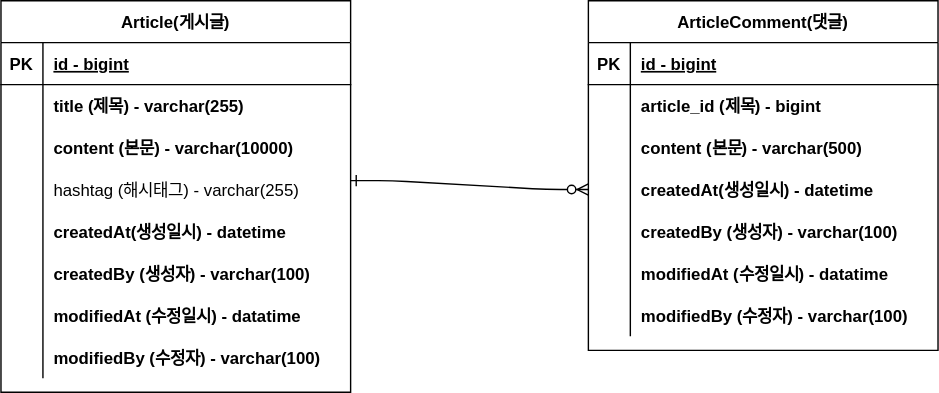
Above: fastcampus-project-board/document/project-board-erd.svg in nataliekmkim/fastcampus-project-board (draw.io), before the change. Source tidied: cells renumbered, new cells last; positions are measured from the earlier drawing's top-left corner, leaving out a move shared by most shapes.
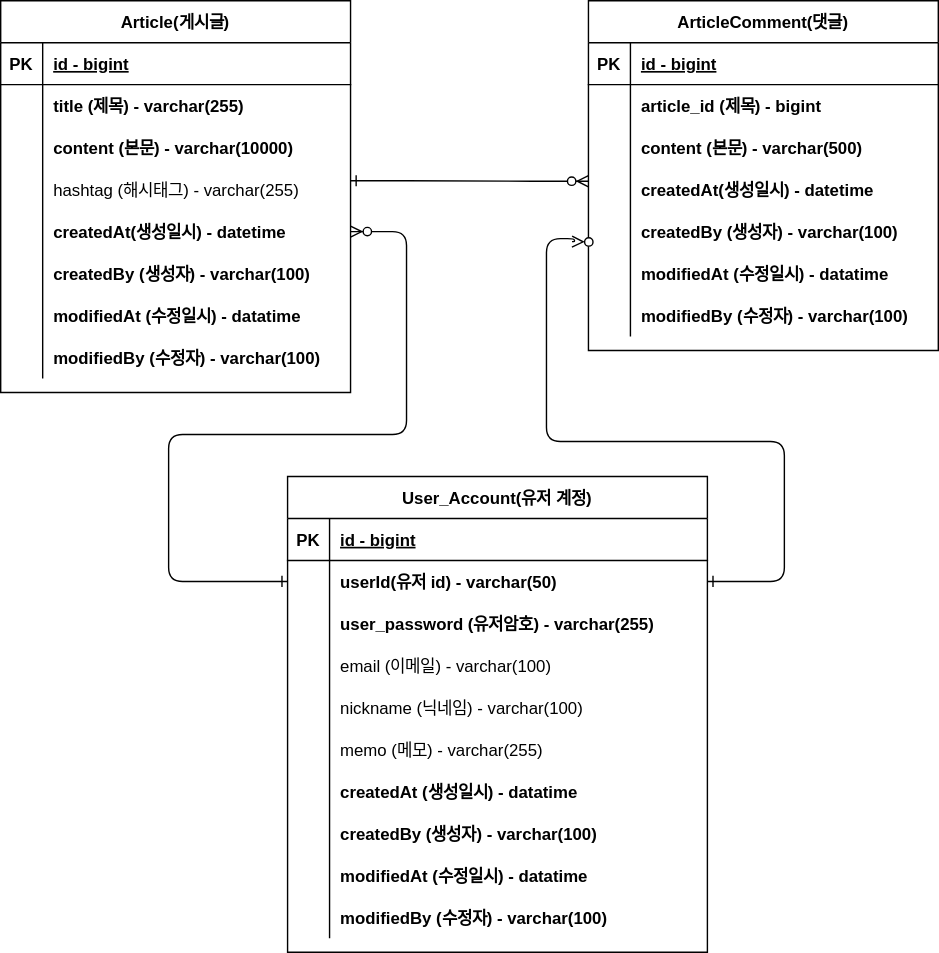
Above is the later version.

Commit message:
#18 - erd 벡터 이미지 UserAccount 템플릿 추가 project-board-erd.svg

Change to the diagram source:
```diff
@@ -2,10 +2,10 @@
   <root>
     <mxCell id="0" />
     <mxCell id="1" parent="0" />
-    <mxCell id="2" style="edgeStyle=entityRelationEdgeStyle;endArrow=ERzeroToMany;startArrow=ERone;endFill=1;startFill=0;exitX=1;exitY=0.5;exitDx=0;exitDy=0;entryX=0;entryY=0.5;entryDx=0;entryDy=0;" parent="1" edge="1">
+    <mxCell id="2" style="edgeStyle=entityRelationEdgeStyle;endArrow=ERzeroToMany;startArrow=ERone;endFill=1;startFill=0;exitX=1;exitY=0.5;exitDx=0;exitDy=0;" parent="1" edge="1">
       <mxGeometry relative="1" as="geometry">
         <mxPoint x="250" y="128.7" as="sourcePoint" />
-        <mxPoint x="420" y="135" as="targetPoint" />
+        <mxPoint x="420" y="129" as="targetPoint" />
       </mxGeometry>
     </mxCell>
     <mxCell id="3" value="Article(게시글)" style="shape=table;startSize=30;rowLines=0;fontStyle=1;align=center;" parent="1" vertex="1">
@@ -149,5 +149,121 @@
     <mxCell id="49" value="modifiedBy (수정자) - varchar(100)" style="shape=partialRectangle;overflow=hidden;fillColor=none;top=0;left=0;bottom=0;right=0;align=left;spacingLeft=6;fontStyle=1;" parent="47" vertex="1">
       <mxGeometry x="30" width="220" height="30" as="geometry" />
     </mxCell>
+    <mxCell id="50" value="User_Account(유저 계정)" style="shape=table;startSize=30;rowLines=0;fontStyle=1;align=center;" parent="1" vertex="1">
+      <mxGeometry x="205" y="340" width="300" height="340" as="geometry" />
+    </mxCell>
+    <mxCell id="51" style="shape=partialRectangle;fillColor=none;top=0;left=0;right=0;bottom=1;" parent="50" vertex="1">
+      <mxGeometry y="30" width="300" height="30" as="geometry" />
+    </mxCell>
+    <mxCell id="52" value="PK" style="shape=partialRectangle;overflow=hidden;fillColor=none;top=0;left=0;bottom=0;right=0;fontStyle=1;" parent="51" vertex="1">
+      <mxGeometry width="30" height="30" as="geometry" />
+    </mxCell>
+    <mxCell id="53" value="id - bigint" style="shape=partialRectangle;overflow=hidden;fillColor=none;top=0;left=0;bottom=0;right=0;align=left;spacingLeft=6;fontStyle=5;" parent="51" vertex="1">
+      <mxGeometry x="30" width="270" height="30" as="geometry" />
+    </mxCell>
+    <mxCell id="54" style="shape=partialRectangle;fillColor=none;points=[[0,0.5],[1,0.5]];portConstraint=eastwest;top=0;left=0;right=0;bottom=0;" parent="50" vertex="1">
+      <mxGeometry y="60" width="300" height="30" as="geometry" />
+    </mxCell>
+    <mxCell id="55" style="shape=partialRectangle;overflow=hidden;fillColor=none;top=0;left=0;bottom=0;right=0;" parent="54" vertex="1">
+      <mxGeometry width="30" height="30" as="geometry" />
+    </mxCell>
+    <mxCell id="56" value="userId(유저 id) - varchar(50)" style="shape=partialRectangle;overflow=hidden;fillColor=none;top=0;left=0;bottom=0;right=0;align=left;spacingLeft=6;fontStyle=1;" parent="54" vertex="1">
+      <mxGeometry x="30" width="270" height="30" as="geometry" />
+    </mxCell>
+    <mxCell id="57" style="shape=partialRectangle;fillColor=none;top=0;left=0;right=0;bottom=0;" parent="50" vertex="1">
+      <mxGeometry y="90" width="300" height="30" as="geometry" />
+    </mxCell>
+    <mxCell id="58" style="shape=partialRectangle;overflow=hidden;fillColor=none;top=0;left=0;bottom=0;right=0;" parent="57" vertex="1">
+      <mxGeometry width="30" height="30" as="geometry" />
+    </mxCell>
+    <mxCell id="59" value="user_password (유저암호) - varchar(255)" style="shape=partialRectangle;overflow=hidden;fillColor=none;top=0;left=0;bottom=0;right=0;align=left;spacingLeft=6;fontStyle=1;" parent="57" vertex="1">
+      <mxGeometry x="30" width="270" height="30" as="geometry" />
+    </mxCell>
+    <mxCell id="60" style="shape=partialRectangle;fillColor=none;top=0;left=0;right=0;bottom=0;" parent="50" vertex="1">
+      <mxGeometry y="120" width="300" height="30" as="geometry" />
+    </mxCell>
+    <mxCell id="61" style="shape=partialRectangle;overflow=hidden;fillColor=none;top=0;left=0;bottom=0;right=0;" parent="60" vertex="1">
+      <mxGeometry width="30" height="30" as="geometry" />
+    </mxCell>
+    <mxCell id="62" value="email (이메일) - varchar(100)" style="shape=partialRectangle;overflow=hidden;fillColor=none;top=0;left=0;bottom=0;right=0;align=left;spacingLeft=6;" parent="60" vertex="1">
+      <mxGeometry x="30" width="270" height="30" as="geometry" />
+    </mxCell>
+    <mxCell id="63" style="shape=partialRectangle;fillColor=none;top=0;left=0;right=0;bottom=0;" parent="50" vertex="1">
+      <mxGeometry y="150" width="300" height="30" as="geometry" />
+    </mxCell>
+    <mxCell id="64" style="shape=partialRectangle;overflow=hidden;fillColor=none;top=0;left=0;bottom=0;right=0;" parent="63" vertex="1">
+      <mxGeometry width="30" height="30" as="geometry" />
+    </mxCell>
+    <mxCell id="65" value="nickname (닉네임) - varchar(100)" style="shape=partialRectangle;overflow=hidden;fillColor=none;top=0;left=0;bottom=0;right=0;align=left;spacingLeft=6;fontStyle=0;" parent="63" vertex="1">
+      <mxGeometry x="30" width="270" height="30" as="geometry" />
+    </mxCell>
+    <mxCell id="66" style="shape=partialRectangle;fillColor=none;top=0;left=0;right=0;bottom=0;" parent="50" vertex="1">
+      <mxGeometry y="180" width="300" height="30" as="geometry" />
+    </mxCell>
+    <mxCell id="67" style="shape=partialRectangle;overflow=hidden;fillColor=none;top=0;left=0;bottom=0;right=0;" parent="66" vertex="1">
+      <mxGeometry width="30" height="30" as="geometry" />
+    </mxCell>
+    <mxCell id="68" value="memo (메모) - varchar(255)" style="shape=partialRectangle;overflow=hidden;fillColor=none;top=0;left=0;bottom=0;right=0;align=left;spacingLeft=6;fontStyle=0;" parent="66" vertex="1">
+      <mxGeometry x="30" width="270" height="30" as="geometry" />
+    </mxCell>
+    <mxCell id="69" style="shape=partialRectangle;fillColor=none;top=0;left=0;right=0;bottom=0;" parent="50" vertex="1">
+      <mxGeometry y="210" width="300" height="30" as="geometry" />
+    </mxCell>
+    <mxCell id="70" style="shape=partialRectangle;overflow=hidden;fillColor=none;top=0;left=0;bottom=0;right=0;" parent="69" vertex="1">
+      <mxGeometry width="30" height="30" as="geometry" />
+    </mxCell>
+    <mxCell id="71" value="createdAt (생성일시) - datatime" style="shape=partialRectangle;overflow=hidden;fillColor=none;top=0;left=0;bottom=0;right=0;align=left;spacingLeft=6;fontStyle=1;" parent="69" vertex="1">
+      <mxGeometry x="30" width="270" height="30" as="geometry" />
+    </mxCell>
+    <mxCell id="72" style="shape=partialRectangle;fillColor=none;top=0;left=0;right=0;bottom=0;" parent="50" vertex="1">
+      <mxGeometry y="240" width="300" height="30" as="geometry" />
+    </mxCell>
+    <mxCell id="73" style="shape=partialRectangle;overflow=hidden;fillColor=none;top=0;left=0;bottom=0;right=0;" parent="72" vertex="1">
+      <mxGeometry width="30" height="30" as="geometry" />
+    </mxCell>
+    <mxCell id="74" value="createdBy (생성자) - varchar(100)" style="shape=partialRectangle;overflow=hidden;fillColor=none;top=0;left=0;bottom=0;right=0;align=left;spacingLeft=6;fontStyle=1;" parent="72" vertex="1">
+      <mxGeometry x="30" width="270" height="30" as="geometry" />
+    </mxCell>
+    <mxCell id="75" style="shape=partialRectangle;fillColor=none;top=0;left=0;right=0;bottom=0;" parent="50" vertex="1">
+      <mxGeometry y="270" width="300" height="30" as="geometry" />
+    </mxCell>
+    <mxCell id="76" style="shape=partialRectangle;overflow=hidden;fillColor=none;top=0;left=0;bottom=0;right=0;" parent="75" vertex="1">
+      <mxGeometry width="30" height="30" as="geometry" />
+    </mxCell>
+    <mxCell id="77" value="modifiedAt (수정일시) - datatime" style="shape=partialRectangle;overflow=hidden;fillColor=none;top=0;left=0;bottom=0;right=0;align=left;spacingLeft=6;fontStyle=1;" parent="75" vertex="1">
+      <mxGeometry x="30" width="270" height="30" as="geometry" />
+    </mxCell>
+    <mxCell id="78" style="shape=partialRectangle;fillColor=none;top=0;left=0;right=0;bottom=0;" parent="50" vertex="1">
+      <mxGeometry y="300" width="300" height="30" as="geometry" />
+    </mxCell>
+    <mxCell id="79" style="shape=partialRectangle;overflow=hidden;fillColor=none;top=0;left=0;bottom=0;right=0;" parent="78" vertex="1">
+      <mxGeometry width="30" height="30" as="geometry" />
+    </mxCell>
+    <mxCell id="80" value="modifiedBy (수정자) - varchar(100)" style="shape=partialRectangle;overflow=hidden;fillColor=none;top=0;left=0;bottom=0;right=0;align=left;spacingLeft=6;fontStyle=1;" parent="78" vertex="1">
+      <mxGeometry x="30" width="270" height="30" as="geometry" />
+    </mxCell>
+    <mxCell id="81" style="edgeStyle=orthogonalEdgeStyle;endArrow=ERzeroToMany;startArrow=ERone;endFill=1;startFill=0;entryX=1;entryY=0.5;entryDx=0;entryDy=0;exitX=0;exitY=0.5;exitDx=0;exitDy=0;" parent="1" edge="1" source="54" target="16">
+      <mxGeometry relative="1" as="geometry">
+        <Array as="points">
+          <mxPoint x="120" y="415" />
+          <mxPoint x="120" y="310" />
+          <mxPoint x="290" y="310" />
+          <mxPoint x="290" y="165" />
+        </Array>
+      </mxGeometry>
+    </mxCell>
+    <mxCell id="82" style="edgeStyle=orthogonalEdgeStyle;endArrow=ERzeroToMany;startArrow=ERone;endFill=1;startFill=0;exitX=1;exitY=0.5;exitDx=0;exitDy=0;entryX=-0.007;entryY=0.739;entryDx=0;entryDy=0;entryPerimeter=0;" parent="1" edge="1" source="54">
+      <mxGeometry relative="1" as="geometry">
+        <mxPoint x="408.2" y="172.2" as="targetPoint" />
+        <Array as="points">
+          <mxPoint x="560" y="415" />
+          <mxPoint x="560" y="315" />
+          <mxPoint x="390" y="315" />
+          <mxPoint x="390" y="170" />
+          <mxPoint x="410" y="170" />
+          <mxPoint x="410" y="172" />
+        </Array>
+      </mxGeometry>
+    </mxCell>
   </root>
 </mxGraphModel>
```
